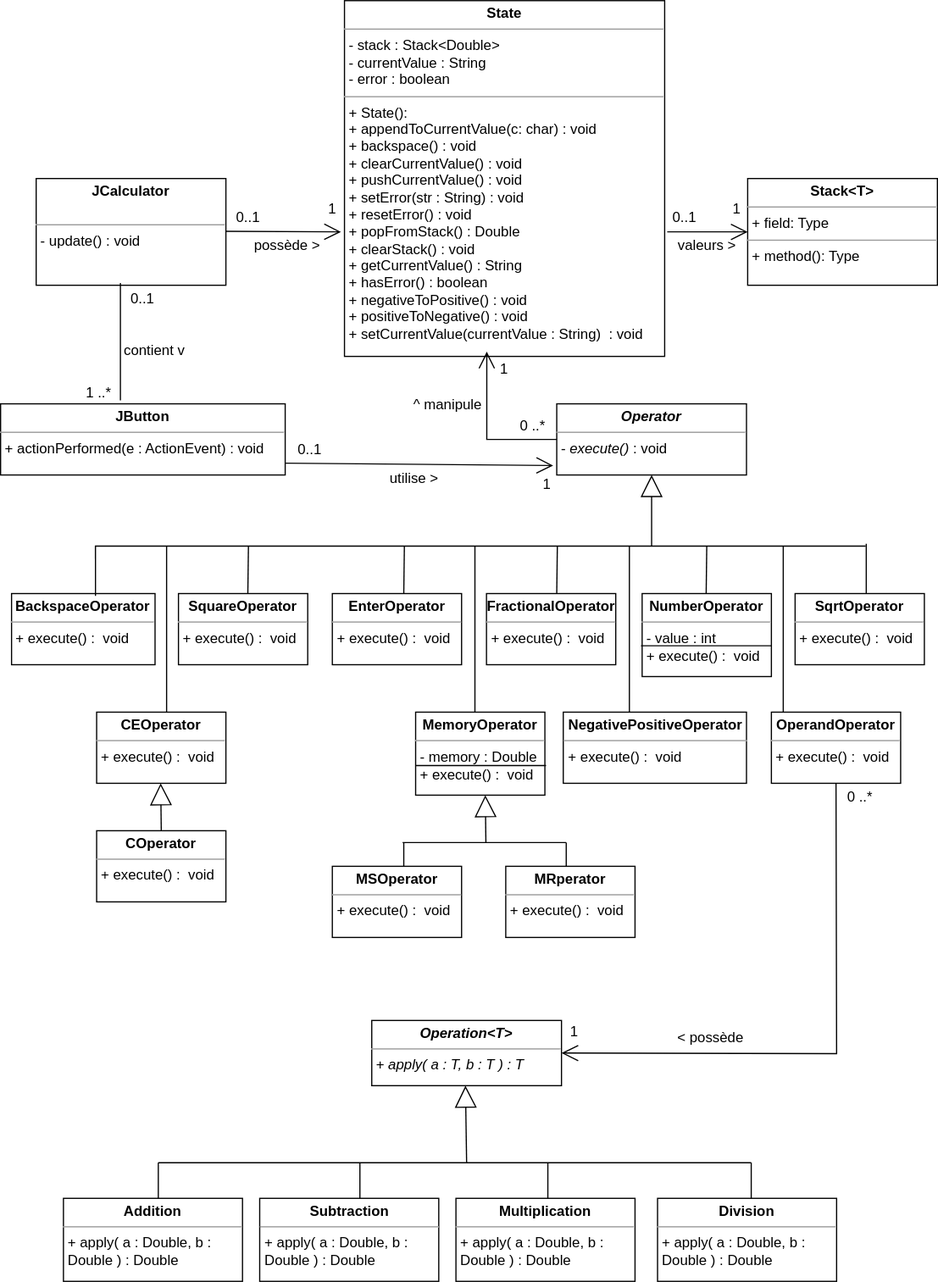
POO-Lestiboudois-Parisod/Lab07 keeps this draw.io diagram as Diagram.svg. Above is the earlier version. Source tidied: cells renumbered, new cells last; positions are measured from the earlier drawing's top-left corner, leaving out a move shared by most shapes.
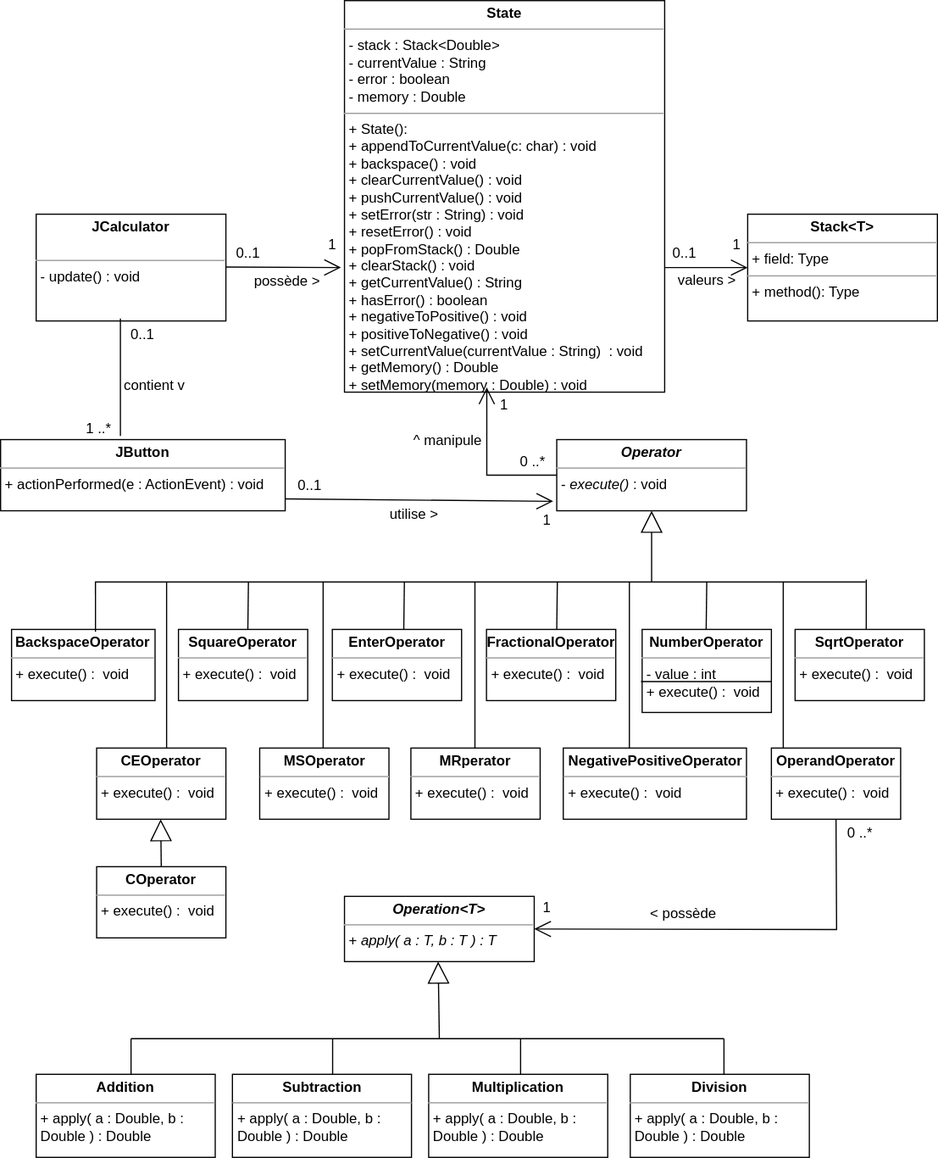
After the commit.

Change to the diagram source:
```diff
@@ -7,4 +7,4 @@
     </mxCell>
-    <mxCell id="3" value="&lt;p style=&quot;margin:0px;margin-top:4px;text-align:center;&quot;&gt;&lt;b&gt;State&lt;/b&gt;&lt;/p&gt;&lt;hr size=&quot;1&quot;&gt;&lt;p style=&quot;margin:0px;margin-left:4px;&quot;&gt;- stack : Stack&amp;lt;Double&amp;gt;&lt;/p&gt;&lt;p style=&quot;margin:0px;margin-left:4px;&quot;&gt;- currentValue : String&lt;/p&gt;&lt;p style=&quot;margin:0px;margin-left:4px;&quot;&gt;- error : boolean&lt;/p&gt;&lt;hr size=&quot;1&quot;&gt;&lt;p style=&quot;margin:0px;margin-left:4px;&quot;&gt;+ State():&amp;nbsp;&lt;/p&gt;&lt;p style=&quot;margin:0px;margin-left:4px;&quot;&gt;+ appendToCurrentValue(c: char) : void&lt;/p&gt;&lt;p style=&quot;margin:0px;margin-left:4px;&quot;&gt;+ backspace() : void&lt;/p&gt;&lt;p style=&quot;margin:0px;margin-left:4px;&quot;&gt;+ clearCurrentValue() : void&lt;/p&gt;&lt;p style=&quot;margin:0px;margin-left:4px;&quot;&gt;+ pushCurrentValue() : void&lt;/p&gt;&lt;p style=&quot;margin:0px;margin-left:4px;&quot;&gt;+ setError(str : String) : void&lt;/p&gt;&lt;p style=&quot;margin:0px;margin-left:4px;&quot;&gt;+ resetError() : void&lt;/p&gt;&lt;p style=&quot;margin:0px;margin-left:4px;&quot;&gt;+ popFromStack() : Double&lt;/p&gt;&lt;p style=&quot;margin:0px;margin-left:4px;&quot;&gt;+ clearStack() : void&lt;/p&gt;&lt;p style=&quot;margin:0px;margin-left:4px;&quot;&gt;+ getCurrentValue() : String&lt;/p&gt;&lt;p style=&quot;margin:0px;margin-left:4px;&quot;&gt;+ hasError() : boolean&lt;/p&gt;&lt;p style=&quot;margin:0px;margin-left:4px;&quot;&gt;+ negativeToPositive() : void&lt;/p&gt;&lt;p style=&quot;margin:0px;margin-left:4px;&quot;&gt;+ positiveToNegative() : void&lt;/p&gt;&lt;p style=&quot;margin:0px;margin-left:4px;&quot;&gt;+ setCurrentValue(currentValue : String)&amp;nbsp; : void&lt;/p&gt;" style="verticalAlign=top;align=left;overflow=fill;fontSize=12;fontFamily=Helvetica;html=1;whiteSpace=wrap;" parent="1" vertex="1">
-      <mxGeometry x="290" width="270" height="300" as="geometry" />
+    <mxCell id="3" value="&lt;p style=&quot;margin:0px;margin-top:4px;text-align:center;&quot;&gt;&lt;b&gt;State&lt;/b&gt;&lt;/p&gt;&lt;hr size=&quot;1&quot;&gt;&lt;p style=&quot;margin:0px;margin-left:4px;&quot;&gt;- stack : Stack&amp;lt;Double&amp;gt;&lt;/p&gt;&lt;p style=&quot;margin:0px;margin-left:4px;&quot;&gt;- currentValue : String&lt;/p&gt;&lt;p style=&quot;margin:0px;margin-left:4px;&quot;&gt;- error : boolean&lt;/p&gt;&lt;p style=&quot;margin:0px;margin-left:4px;&quot;&gt;- memory : Double&lt;/p&gt;&lt;hr size=&quot;1&quot;&gt;&lt;p style=&quot;margin:0px;margin-left:4px;&quot;&gt;+ State():&amp;nbsp;&lt;/p&gt;&lt;p style=&quot;margin:0px;margin-left:4px;&quot;&gt;+ appendToCurrentValue(c: char) : void&lt;/p&gt;&lt;p style=&quot;margin:0px;margin-left:4px;&quot;&gt;+ backspace() : void&lt;/p&gt;&lt;p style=&quot;margin:0px;margin-left:4px;&quot;&gt;+ clearCurrentValue() : void&lt;/p&gt;&lt;p style=&quot;margin:0px;margin-left:4px;&quot;&gt;+ pushCurrentValue() : void&lt;/p&gt;&lt;p style=&quot;margin:0px;margin-left:4px;&quot;&gt;+ setError(str : String) : void&lt;/p&gt;&lt;p style=&quot;margin:0px;margin-left:4px;&quot;&gt;+ resetError() : void&lt;/p&gt;&lt;p style=&quot;margin:0px;margin-left:4px;&quot;&gt;+ popFromStack() : Double&lt;/p&gt;&lt;p style=&quot;margin:0px;margin-left:4px;&quot;&gt;+ clearStack() : void&lt;/p&gt;&lt;p style=&quot;margin:0px;margin-left:4px;&quot;&gt;+ getCurrentValue() : String&lt;/p&gt;&lt;p style=&quot;margin:0px;margin-left:4px;&quot;&gt;+ hasError() : boolean&lt;/p&gt;&lt;p style=&quot;margin:0px;margin-left:4px;&quot;&gt;+ negativeToPositive() : void&lt;/p&gt;&lt;p style=&quot;margin:0px;margin-left:4px;&quot;&gt;+ positiveToNegative() : void&lt;/p&gt;&lt;p style=&quot;margin:0px;margin-left:4px;&quot;&gt;+ setCurrentValue(currentValue : String)&amp;nbsp; : void&lt;/p&gt;&lt;p style=&quot;margin:0px;margin-left:4px;&quot;&gt;+ getMemory() : Double&lt;/p&gt;&lt;p style=&quot;margin:0px;margin-left:4px;&quot;&gt;+ setMemory(memory : Double) : void&lt;/p&gt;" style="verticalAlign=top;align=left;overflow=fill;fontSize=12;fontFamily=Helvetica;html=1;whiteSpace=wrap;" parent="1" vertex="1">
+      <mxGeometry x="290" y="-30" width="270" height="330" as="geometry" />
     </mxCell>
@@ -26,4 +26,5 @@
     </mxCell>
-    <mxCell id="8" style="endArrow=open;endFill=1;endSize=12;html=1;rounded=0;entryX=0;entryY=0.5;entryDx=0;entryDy=0;exitX=1.008;exitY=0.65;exitDx=0;exitDy=0;exitPerimeter=0;" parent="1" edge="1" source="3">
+    <mxCell id="8" style="endArrow=open;endFill=1;endSize=12;html=1;rounded=0;entryX=0;entryY=0.5;entryDx=0;entryDy=0;" parent="1" edge="1">
       <mxGeometry relative="1" as="geometry">
+        <mxPoint x="560" y="195" as="sourcePoint" />
         <mxPoint x="630" y="195" as="targetPoint" />
@@ -66,3 +67,3 @@
     <mxCell id="19" value="valeurs &amp;gt;" style="text;html=1;align=center;verticalAlign=middle;whiteSpace=wrap;rounded=0;" parent="1" vertex="1">
-      <mxGeometry x="565.5" y="192" width="60" height="30" as="geometry" />
+      <mxGeometry x="565.5" y="191" width="60" height="30" as="geometry" />
     </mxCell>
@@ -100,53 +101,2 @@
     </mxCell>
-    <mxCell id="29" value="&lt;p style=&quot;margin:0px;margin-top:4px;text-align:center;&quot;&gt;&lt;b&gt;&lt;i&gt;Operation&amp;lt;T&amp;gt;&lt;/i&gt;&lt;/b&gt;&lt;/p&gt;&lt;hr size=&quot;1&quot;&gt;&lt;p style=&quot;margin:0px;margin-left:4px;&quot;&gt;+ &lt;i&gt;apply( a : T, b : T ) : T&lt;/i&gt;&lt;/p&gt;" style="verticalAlign=top;align=left;overflow=fill;fontSize=12;fontFamily=Helvetica;html=1;whiteSpace=wrap;" parent="1" vertex="1">
-      <mxGeometry x="313" y="860" width="160" height="55" as="geometry" />
-    </mxCell>
-    <mxCell id="30" value="&lt;p style=&quot;margin:0px;margin-top:4px;text-align:center;&quot;&gt;&lt;b&gt;Addition&lt;/b&gt;&lt;/p&gt;&lt;hr size=&quot;1&quot;&gt;&lt;p style=&quot;margin:0px;margin-left:4px;&quot;&gt;+ apply( a : Double, b : Double ) : Double&lt;/p&gt;" style="verticalAlign=top;align=left;overflow=fill;fontSize=12;fontFamily=Helvetica;html=1;whiteSpace=wrap;" parent="1" vertex="1">
-      <mxGeometry x="53" y="1010" width="151" height="70" as="geometry" />
-    </mxCell>
-    <mxCell id="31" value="&lt;p style=&quot;margin:0px;margin-top:4px;text-align:center;&quot;&gt;&lt;b&gt;Subtraction&lt;/b&gt;&lt;/p&gt;&lt;hr size=&quot;1&quot;&gt;&lt;p style=&quot;margin:0px;margin-left:4px;&quot;&gt;+ apply( a : Double, b : Double ) : Double&lt;/p&gt;" style="verticalAlign=top;align=left;overflow=fill;fontSize=12;fontFamily=Helvetica;html=1;whiteSpace=wrap;" parent="1" vertex="1">
-      <mxGeometry x="218.5" y="1010" width="151" height="70" as="geometry" />
-    </mxCell>
-    <mxCell id="32" value="&lt;p style=&quot;margin:0px;margin-top:4px;text-align:center;&quot;&gt;&lt;b&gt;Multiplication&lt;/b&gt;&lt;/p&gt;&lt;hr size=&quot;1&quot;&gt;&lt;p style=&quot;margin:0px;margin-left:4px;&quot;&gt;+ apply( a : Double, b : Double ) : Double&lt;/p&gt;" style="verticalAlign=top;align=left;overflow=fill;fontSize=12;fontFamily=Helvetica;html=1;whiteSpace=wrap;" parent="1" vertex="1">
-      <mxGeometry x="384" y="1010" width="151" height="70" as="geometry" />
-    </mxCell>
-    <mxCell id="33" value="&lt;p style=&quot;margin:0px;margin-top:4px;text-align:center;&quot;&gt;&lt;b&gt;Division&lt;/b&gt;&lt;/p&gt;&lt;hr size=&quot;1&quot;&gt;&lt;p style=&quot;margin:0px;margin-left:4px;&quot;&gt;+ apply( a : Double, b : Double ) : Double&lt;/p&gt;" style="verticalAlign=top;align=left;overflow=fill;fontSize=12;fontFamily=Helvetica;html=1;whiteSpace=wrap;" parent="1" vertex="1">
-      <mxGeometry x="554" y="1010" width="151" height="70" as="geometry" />
-    </mxCell>
-    <mxCell id="34" style="endArrow=block;endSize=16;endFill=0;html=1;rounded=0;entryX=0.5;entryY=1;entryDx=0;entryDy=0;" parent="1" edge="1">
-      <mxGeometry relative="1" as="geometry">
-        <mxPoint x="393" y="980" as="sourcePoint" />
-        <mxPoint x="392" y="915" as="targetPoint" />
-      </mxGeometry>
-    </mxCell>
-    <mxCell id="35" style="endArrow=none;html=1;edgeStyle=orthogonalEdgeStyle;rounded=0;" parent="1" edge="1">
-      <mxGeometry relative="1" as="geometry">
-        <mxPoint x="133" y="980" as="sourcePoint" />
-        <mxPoint x="633" y="980" as="targetPoint" />
-      </mxGeometry>
-    </mxCell>
-    <mxCell id="36" style="endArrow=none;html=1;rounded=0;" parent="1" edge="1">
-      <mxGeometry relative="1" as="geometry">
-        <mxPoint x="133" y="1010" as="sourcePoint" />
-        <mxPoint x="133" y="980" as="targetPoint" />
-      </mxGeometry>
-    </mxCell>
-    <mxCell id="37" style="endArrow=none;html=1;rounded=0;" parent="1" edge="1">
-      <mxGeometry relative="1" as="geometry">
-        <mxPoint x="303" y="1010" as="sourcePoint" />
-        <mxPoint x="303" y="980" as="targetPoint" />
-      </mxGeometry>
-    </mxCell>
-    <mxCell id="38" style="endArrow=none;html=1;rounded=0;" parent="1" edge="1">
-      <mxGeometry relative="1" as="geometry">
-        <mxPoint x="461.5" y="1010" as="sourcePoint" />
-        <mxPoint x="461.5" y="980" as="targetPoint" />
-      </mxGeometry>
-    </mxCell>
-    <mxCell id="39" style="endArrow=none;html=1;rounded=0;" parent="1" edge="1">
-      <mxGeometry relative="1" as="geometry">
-        <mxPoint x="633" y="1010" as="sourcePoint" />
-        <mxPoint x="633" y="980" as="targetPoint" />
-      </mxGeometry>
-    </mxCell>
     <mxCell id="40" value="&lt;p style=&quot;margin:0px;margin-top:4px;text-align:center;&quot;&gt;&lt;b&gt;BackspaceOperator&lt;/b&gt;&lt;/p&gt;&lt;hr size=&quot;1&quot;&gt;&lt;p style=&quot;margin:0px;margin-left:4px;&quot;&gt;&lt;/p&gt;&lt;p style=&quot;margin:0px;margin-left:4px;&quot;&gt;+ execute() :&amp;nbsp; void&lt;/p&gt;" style="verticalAlign=top;align=left;overflow=fill;fontSize=12;fontFamily=Helvetica;html=1;whiteSpace=wrap;" parent="1" vertex="1">
@@ -172,5 +122,2 @@
     </mxCell>
-    <mxCell id="47" value="&lt;p style=&quot;margin:0px;margin-top:4px;text-align:center;&quot;&gt;&lt;b&gt;MemoryOperator&lt;/b&gt;&lt;/p&gt;&lt;hr size=&quot;1&quot;&gt;&lt;p style=&quot;margin:0px;margin-left:4px;&quot;&gt;&lt;/p&gt;&lt;p style=&quot;margin:0px;margin-left:4px;&quot;&gt;- memory : Double&lt;/p&gt;&lt;p style=&quot;margin:0px;margin-left:4px;&quot;&gt;&lt;span style=&quot;background-color: initial;&quot;&gt;+ execute() :&amp;nbsp; void&lt;/span&gt;&lt;br&gt;&lt;/p&gt;" style="verticalAlign=top;align=left;overflow=fill;fontSize=12;fontFamily=Helvetica;html=1;whiteSpace=wrap;" parent="1" vertex="1">
-      <mxGeometry x="350" y="600" width="109" height="70" as="geometry" />
-    </mxCell>
     <mxCell id="48" value="&lt;p style=&quot;margin:0px;margin-top:4px;text-align:center;&quot;&gt;&lt;b&gt;SqrtOperator&lt;/b&gt;&lt;/p&gt;&lt;hr size=&quot;1&quot;&gt;&lt;p style=&quot;margin:0px;margin-left:4px;&quot;&gt;&lt;/p&gt;&lt;p style=&quot;margin:0px;margin-left:4px;&quot;&gt;+ execute() :&amp;nbsp; void&lt;/p&gt;" style="verticalAlign=top;align=left;overflow=fill;fontSize=12;fontFamily=Helvetica;html=1;whiteSpace=wrap;" parent="1" vertex="1">
@@ -246,3 +193,3 @@
         <Array as="points">
-          <mxPoint x="705" y="888" />
+          <mxPoint x="705" y="753" />
         </Array>
@@ -251,3 +198,3 @@
     <mxCell id="62" value="1" style="text;html=1;align=center;verticalAlign=middle;whiteSpace=wrap;rounded=0;" parent="1" vertex="1">
-      <mxGeometry x="454.2" y="855" width="60" height="30" as="geometry" />
+      <mxGeometry x="431.2" y="720" width="60" height="30" as="geometry" />
     </mxCell>
@@ -257,3 +204,3 @@
     <mxCell id="64" value="&amp;lt; possède" style="text;html=1;align=center;verticalAlign=middle;whiteSpace=wrap;rounded=0;" parent="1" vertex="1">
-      <mxGeometry x="569" y="860" width="60" height="30" as="geometry" />
+      <mxGeometry x="546" y="725" width="60" height="30" as="geometry" />
     </mxCell>
@@ -265,41 +212,71 @@
     </mxCell>
-    <mxCell id="66" style="group;" parent="1" vertex="1">
-      <mxGeometry x="279.8" y="670" width="255.2" height="120" as="geometry" />
-    </mxCell>
+    <mxCell id="74" style="line;strokeWidth=1;align=left;verticalAlign=middle;spacingTop=-1;spacingLeft=3;spacingRight=3;labelPosition=right;" parent="1" vertex="1">
+      <mxGeometry x="540" y="540" width="110" height="8" as="geometry" />
+    </mxCell>
-    <mxCell id="67" value="&lt;p style=&quot;margin:0px;margin-top:4px;text-align:center;&quot;&gt;&lt;b&gt;MRperator&lt;/b&gt;&lt;/p&gt;&lt;hr size=&quot;1&quot;&gt;&lt;p style=&quot;margin:0px;margin-left:4px;&quot;&gt;&lt;/p&gt;&lt;p style=&quot;margin:0px;margin-left:4px;&quot;&gt;+ execute() :&amp;nbsp; void&lt;/p&gt;" style="verticalAlign=top;align=left;overflow=fill;fontSize=12;fontFamily=Helvetica;html=1;whiteSpace=wrap;" parent="66" vertex="1">
-      <mxGeometry x="146.2" y="60" width="109" height="60" as="geometry" />
+    <mxCell id="67" value="&lt;p style=&quot;margin:0px;margin-top:4px;text-align:center;&quot;&gt;&lt;b&gt;MRperator&lt;/b&gt;&lt;/p&gt;&lt;hr size=&quot;1&quot;&gt;&lt;p style=&quot;margin:0px;margin-left:4px;&quot;&gt;&lt;/p&gt;&lt;p style=&quot;margin:0px;margin-left:4px;&quot;&gt;+ execute() :&amp;nbsp; void&lt;/p&gt;" style="verticalAlign=top;align=left;overflow=fill;fontSize=12;fontFamily=Helvetica;html=1;whiteSpace=wrap;" parent="1" vertex="1">
+      <mxGeometry x="346" y="600" width="109" height="60" as="geometry" />
     </mxCell>
-    <mxCell id="68" value="&lt;p style=&quot;margin:0px;margin-top:4px;text-align:center;&quot;&gt;&lt;b&gt;MSOperator&lt;/b&gt;&lt;/p&gt;&lt;hr size=&quot;1&quot;&gt;&lt;p style=&quot;margin:0px;margin-left:4px;&quot;&gt;&lt;/p&gt;&lt;p style=&quot;margin:0px;margin-left:4px;&quot;&gt;+ execute() :&amp;nbsp; void&lt;/p&gt;" style="verticalAlign=top;align=left;overflow=fill;fontSize=12;fontFamily=Helvetica;html=1;whiteSpace=wrap;" parent="66" vertex="1">
-      <mxGeometry y="60" width="109" height="60" as="geometry" />
+    <mxCell id="68" value="&lt;p style=&quot;margin:0px;margin-top:4px;text-align:center;&quot;&gt;&lt;b&gt;MSOperator&lt;/b&gt;&lt;/p&gt;&lt;hr size=&quot;1&quot;&gt;&lt;p style=&quot;margin:0px;margin-left:4px;&quot;&gt;&lt;/p&gt;&lt;p style=&quot;margin:0px;margin-left:4px;&quot;&gt;+ execute() :&amp;nbsp; void&lt;/p&gt;" style="verticalAlign=top;align=left;overflow=fill;fontSize=12;fontFamily=Helvetica;html=1;whiteSpace=wrap;" parent="1" vertex="1">
+      <mxGeometry x="218.5" y="600" width="109" height="60" as="geometry" />
     </mxCell>
-    <mxCell id="69" style="endArrow=block;endSize=16;endFill=0;html=1;rounded=0;entryX=0.5;entryY=1;entryDx=0;entryDy=0;" parent="66" edge="1">
-      <mxGeometry relative="1" as="geometry">
-        <mxPoint x="129.5" y="40" as="sourcePoint" />
-        <mxPoint x="129" as="targetPoint" />
-      </mxGeometry>
-    </mxCell>
-    <mxCell id="70" style="endArrow=none;html=1;rounded=0;" parent="66" edge="1">
-      <mxGeometry relative="1" as="geometry">
-        <mxPoint x="59.2" y="40" as="sourcePoint" />
-        <mxPoint x="197.2" y="40" as="targetPoint" />
-      </mxGeometry>
-    </mxCell>
-    <mxCell id="71" style="endArrow=none;html=1;rounded=0;" parent="66" edge="1">
-      <mxGeometry relative="1" as="geometry">
-        <mxPoint x="60.2" y="60" as="sourcePoint" />
-        <mxPoint x="60.2" y="40" as="targetPoint" />
-      </mxGeometry>
-    </mxCell>
-    <mxCell id="72" style="endArrow=none;html=1;rounded=0;" parent="66" edge="1">
-      <mxGeometry relative="1" as="geometry">
-        <mxPoint x="197.2" y="60" as="sourcePoint" />
-        <mxPoint x="197.2" y="40" as="targetPoint" />
-      </mxGeometry>
-    </mxCell>
-    <mxCell id="73" style="line;strokeWidth=1;align=left;verticalAlign=middle;spacingTop=-1;spacingLeft=3;spacingRight=3;labelPosition=right;" parent="1" vertex="1">
-      <mxGeometry x="350" y="641" width="110" height="8" as="geometry" />
-    </mxCell>
-    <mxCell id="74" style="line;strokeWidth=1;align=left;verticalAlign=middle;spacingTop=-1;spacingLeft=3;spacingRight=3;labelPosition=right;" parent="1" vertex="1">
-      <mxGeometry x="540" y="540" width="110" height="8" as="geometry" />
-    </mxCell>
+    <mxCell id="75" style="endArrow=none;html=1;rounded=0;" parent="1" edge="1">
+      <mxGeometry relative="1" as="geometry">
+        <mxPoint x="272" y="600" as="sourcePoint" />
+        <mxPoint x="272" y="460" as="targetPoint" />
+      </mxGeometry>
+    </mxCell>
+    <mxCell id="76" style="group;" parent="1" vertex="1">
+      <mxGeometry x="30" y="725" width="652" height="220" as="geometry" />
+    </mxCell>
+    <mxCell id="29" value="&lt;p style=&quot;margin:0px;margin-top:4px;text-align:center;&quot;&gt;&lt;b&gt;&lt;i&gt;Operation&amp;lt;T&amp;gt;&lt;/i&gt;&lt;/b&gt;&lt;/p&gt;&lt;hr size=&quot;1&quot;&gt;&lt;p style=&quot;margin:0px;margin-left:4px;&quot;&gt;+ &lt;i&gt;apply( a : T, b : T ) : T&lt;/i&gt;&lt;/p&gt;" style="verticalAlign=top;align=left;overflow=fill;fontSize=12;fontFamily=Helvetica;html=1;whiteSpace=wrap;" parent="76" vertex="1">
+      <mxGeometry x="260" width="160" height="55" as="geometry" />
+    </mxCell>
+    <mxCell id="30" value="&lt;p style=&quot;margin:0px;margin-top:4px;text-align:center;&quot;&gt;&lt;b&gt;Addition&lt;/b&gt;&lt;/p&gt;&lt;hr size=&quot;1&quot;&gt;&lt;p style=&quot;margin:0px;margin-left:4px;&quot;&gt;+ apply( a : Double, b : Double ) : Double&lt;/p&gt;" style="verticalAlign=top;align=left;overflow=fill;fontSize=12;fontFamily=Helvetica;html=1;whiteSpace=wrap;" parent="76" vertex="1">
+      <mxGeometry y="150" width="151" height="70" as="geometry" />
+    </mxCell>
+    <mxCell id="31" value="&lt;p style=&quot;margin:0px;margin-top:4px;text-align:center;&quot;&gt;&lt;b&gt;Subtraction&lt;/b&gt;&lt;/p&gt;&lt;hr size=&quot;1&quot;&gt;&lt;p style=&quot;margin:0px;margin-left:4px;&quot;&gt;+ apply( a : Double, b : Double ) : Double&lt;/p&gt;" style="verticalAlign=top;align=left;overflow=fill;fontSize=12;fontFamily=Helvetica;html=1;whiteSpace=wrap;" parent="76" vertex="1">
+      <mxGeometry x="165.5" y="150" width="151" height="70" as="geometry" />
+    </mxCell>
+    <mxCell id="32" value="&lt;p style=&quot;margin:0px;margin-top:4px;text-align:center;&quot;&gt;&lt;b&gt;Multiplication&lt;/b&gt;&lt;/p&gt;&lt;hr size=&quot;1&quot;&gt;&lt;p style=&quot;margin:0px;margin-left:4px;&quot;&gt;+ apply( a : Double, b : Double ) : Double&lt;/p&gt;" style="verticalAlign=top;align=left;overflow=fill;fontSize=12;fontFamily=Helvetica;html=1;whiteSpace=wrap;" parent="76" vertex="1">
+      <mxGeometry x="331" y="150" width="151" height="70" as="geometry" />
+    </mxCell>
+    <mxCell id="33" value="&lt;p style=&quot;margin:0px;margin-top:4px;text-align:center;&quot;&gt;&lt;b&gt;Division&lt;/b&gt;&lt;/p&gt;&lt;hr size=&quot;1&quot;&gt;&lt;p style=&quot;margin:0px;margin-left:4px;&quot;&gt;+ apply( a : Double, b : Double ) : Double&lt;/p&gt;" style="verticalAlign=top;align=left;overflow=fill;fontSize=12;fontFamily=Helvetica;html=1;whiteSpace=wrap;" parent="76" vertex="1">
+      <mxGeometry x="501" y="150" width="151" height="70" as="geometry" />
+    </mxCell>
+    <mxCell id="34" style="endArrow=block;endSize=16;endFill=0;html=1;rounded=0;entryX=0.5;entryY=1;entryDx=0;entryDy=0;" parent="76" edge="1">
+      <mxGeometry relative="1" as="geometry">
+        <mxPoint x="340" y="120" as="sourcePoint" />
+        <mxPoint x="339" y="55" as="targetPoint" />
+      </mxGeometry>
+    </mxCell>
+    <mxCell id="35" style="endArrow=none;html=1;edgeStyle=orthogonalEdgeStyle;rounded=0;" parent="76" edge="1">
+      <mxGeometry relative="1" as="geometry">
+        <mxPoint x="80" y="120" as="sourcePoint" />
+        <mxPoint x="580" y="120" as="targetPoint" />
+      </mxGeometry>
+    </mxCell>
+    <mxCell id="36" style="endArrow=none;html=1;rounded=0;" parent="76" edge="1">
+      <mxGeometry relative="1" as="geometry">
+        <mxPoint x="80" y="150" as="sourcePoint" />
+        <mxPoint x="80" y="120" as="targetPoint" />
+      </mxGeometry>
+    </mxCell>
+    <mxCell id="37" style="endArrow=none;html=1;rounded=0;" parent="76" edge="1">
+      <mxGeometry relative="1" as="geometry">
+        <mxPoint x="250" y="150" as="sourcePoint" />
+        <mxPoint x="250" y="120" as="targetPoint" />
+      </mxGeometry>
+    </mxCell>
+    <mxCell id="38" style="endArrow=none;html=1;rounded=0;" parent="76" edge="1">
+      <mxGeometry relative="1" as="geometry">
+        <mxPoint x="408.5" y="150" as="sourcePoint" />
+        <mxPoint x="408.5" y="120" as="targetPoint" />
+      </mxGeometry>
+    </mxCell>
+    <mxCell id="39" style="endArrow=none;html=1;rounded=0;" parent="76" edge="1">
+      <mxGeometry relative="1" as="geometry">
+        <mxPoint x="580" y="150" as="sourcePoint" />
+        <mxPoint x="580" y="120" as="targetPoint" />
+      </mxGeometry>
+    </mxCell>
   </root>
```
